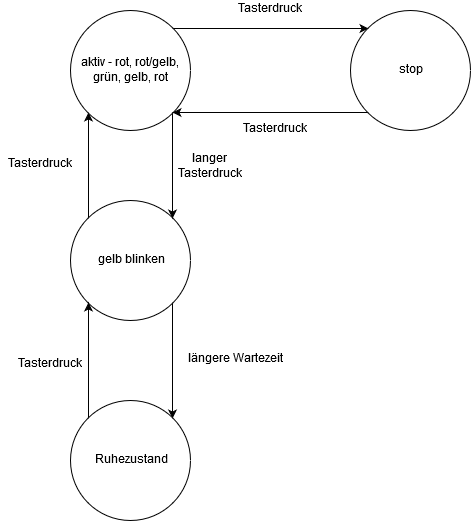
torbenf/STec-TrafficLight keeps this draw.io diagram as doc/additional_files/flowchart.png. Above is the earlier version. Source tidied: cells renumbered, new cells last; positions are measured from the earlier drawing's top-left corner, leaving out a move shared by most shapes.
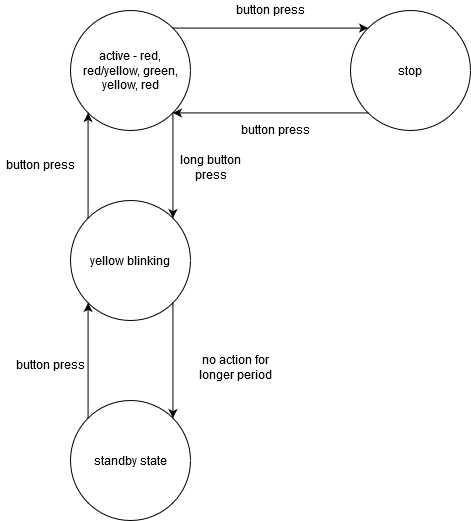
Later version of the same file.

Commit message:
added flowchart with english description

What changed in the source:
```diff
@@ -8,7 +8,7 @@
     <mxCell id="3" style="edgeStyle=orthogonalEdgeStyle;rounded=0;jettySize=auto;html=1;exitX=1;exitY=1;exitDx=0;exitDy=0;entryX=1;entryY=0;entryDx=0;entryDy=0;" parent="1" edge="1" source="4" target="11">
       <mxGeometry relative="1" as="geometry" />
     </mxCell>
-    <mxCell id="4" value="gelb blinken" style="ellipse;whiteSpace=wrap;html=1;" parent="1" vertex="1">
+    <mxCell id="4" value="yellow blinking" style="ellipse;whiteSpace=wrap;html=1;" parent="1" vertex="1">
       <mxGeometry x="70" y="200" width="120" height="120" as="geometry" />
     </mxCell>
     <mxCell id="5" style="edgeStyle=orthogonalEdgeStyle;rounded=0;jettySize=auto;html=1;exitX=1;exitY=0;exitDx=0;exitDy=0;entryX=0;entryY=0;entryDx=0;entryDy=0;" parent="1" edge="1" source="7" target="9">
@@ -17,7 +17,7 @@
     <mxCell id="6" style="edgeStyle=orthogonalEdgeStyle;rounded=0;jettySize=auto;html=1;exitX=1;exitY=1;exitDx=0;exitDy=0;entryX=1;entryY=0;entryDx=0;entryDy=0;" parent="1" edge="1" source="7" target="4">
       <mxGeometry relative="1" as="geometry" />
     </mxCell>
-    <mxCell id="7" value="&lt;div&gt;aktiv - rot, rot/gelb, grün, gelb, rot&lt;/div&gt;" style="ellipse;whiteSpace=wrap;html=1;" parent="1" vertex="1">
+    <mxCell id="7" value="&lt;div&gt;active - red, red/yellow, green, yellow, red&lt;/div&gt;" style="ellipse;whiteSpace=wrap;html=1;" parent="1" vertex="1">
       <mxGeometry x="70" y="10" width="120" height="120" as="geometry" />
     </mxCell>
     <mxCell id="8" style="edgeStyle=orthogonalEdgeStyle;rounded=0;jettySize=auto;html=1;exitX=0;exitY=1;exitDx=0;exitDy=0;entryX=1;entryY=1;entryDx=0;entryDy=0;" parent="1" edge="1" source="9" target="7">
@@ -29,26 +29,26 @@
     <mxCell id="10" style="edgeStyle=orthogonalEdgeStyle;rounded=0;jettySize=auto;html=1;exitX=0;exitY=0;exitDx=0;exitDy=0;entryX=0;entryY=1;entryDx=0;entryDy=0;" parent="1" edge="1" source="11" target="4">
       <mxGeometry relative="1" as="geometry" />
     </mxCell>
-    <mxCell id="11" value="Ruhezustand" style="ellipse;whiteSpace=wrap;html=1;" parent="1" vertex="1">
+    <mxCell id="11" value="standby state" style="ellipse;whiteSpace=wrap;html=1;" parent="1" vertex="1">
       <mxGeometry x="70" y="400" width="120" height="120" as="geometry" />
     </mxCell>
-    <mxCell id="12" value="Tasterdruck" style="text;html=1;align=center;verticalAlign=top;spacingTop=-4;rounded=0;imageAlign=center;" parent="1" vertex="1">
+    <mxCell id="12" value="button press" style="text;html=1;align=center;verticalAlign=top;spacingTop=-4;rounded=0;imageAlign=center;" parent="1" vertex="1">
       <mxGeometry x="230" width="80" height="20" as="geometry" />
     </mxCell>
-    <mxCell id="13" value="Tasterdruck" style="text;html=1;align=center;verticalAlign=top;spacingTop=-4;rounded=0;imageAlign=center;" parent="1" vertex="1">
+    <mxCell id="13" value="button press" style="text;html=1;align=center;verticalAlign=top;spacingTop=-4;rounded=0;imageAlign=center;" parent="1" vertex="1">
       <mxGeometry x="235" y="120" width="80" height="20" as="geometry" />
     </mxCell>
-    <mxCell id="14" value="Tasterdruck" style="text;html=1;align=center;verticalAlign=top;spacingTop=-4;rounded=0;imageAlign=center;" parent="1" vertex="1">
+    <mxCell id="14" value="button press" style="text;html=1;align=center;verticalAlign=top;spacingTop=-4;rounded=0;imageAlign=center;" parent="1" vertex="1">
       <mxGeometry y="155" width="80" height="20" as="geometry" />
     </mxCell>
-    <mxCell id="15" value="&lt;div&gt;längere Wartezeit&lt;/div&gt;&lt;div&gt;&lt;br&gt;&lt;/div&gt;" style="text;html=1;align=center;verticalAlign=top;spacingTop=-4;rounded=0;imageAlign=center;" parent="1" vertex="1">
-      <mxGeometry x="180" y="350" width="110" height="30" as="geometry" />
+    <mxCell id="15" value="&lt;div&gt;no action for &lt;br&gt;&lt;/div&gt;&lt;div&gt;longer period&lt;/div&gt;" style="text;html=1;align=center;verticalAlign=top;spacingTop=-4;rounded=0;imageAlign=center;" parent="1" vertex="1">
+      <mxGeometry x="190" y="350" width="90" height="30" as="geometry" />
     </mxCell>
-    <mxCell id="16" value="Tasterdruck" style="text;html=1;align=center;verticalAlign=top;spacingTop=-4;rounded=0;imageAlign=center;" parent="1" vertex="1">
+    <mxCell id="16" value="button press" style="text;html=1;align=center;verticalAlign=top;spacingTop=-4;rounded=0;imageAlign=center;" parent="1" vertex="1">
       <mxGeometry x="10" y="355" width="80" height="20" as="geometry" />
     </mxCell>
-    <mxCell id="17" value="&lt;div&gt;langer &lt;br&gt;&lt;/div&gt;&lt;div&gt;Tasterdruck&lt;/div&gt;" style="text;html=1;align=center;verticalAlign=top;spacingTop=-4;rounded=0;imageAlign=center;" parent="1" vertex="1">
-      <mxGeometry x="170" y="150" width="80" height="30" as="geometry" />
+    <mxCell id="17" value="&lt;div&gt;long button&lt;/div&gt;&lt;div&gt; press&lt;/div&gt;" style="text;html=1;align=center;verticalAlign=top;spacingTop=-4;rounded=0;imageAlign=center;" parent="1" vertex="1">
+      <mxGeometry x="175" y="150" width="70" height="30" as="geometry" />
     </mxCell>
   </root>
 </mxGraphModel>
```
